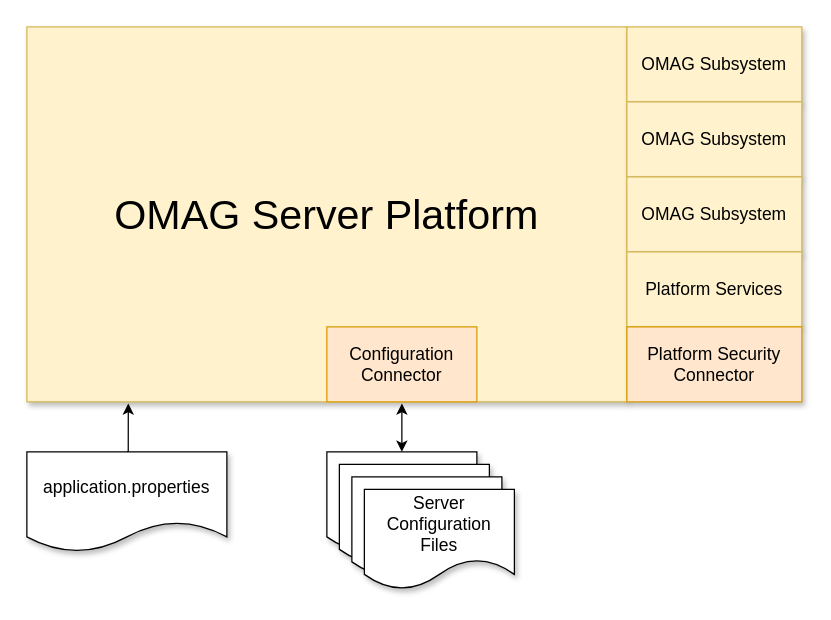
Before: page "configurability-of-platform" (14 of 27) of open-metadata-implementation/admin-services/docs/egeria-operations.drawio in odpi/egeria, a draw.io diagram. Source tidied: cells renumbered, new cells numbered last; positions are measured from the earlier drawing's top-left corner, leaving out a move shared by most shapes. Both pictures are drawn from the tidied source at 125%, with x=0, y=0 at pixel (26, 26).
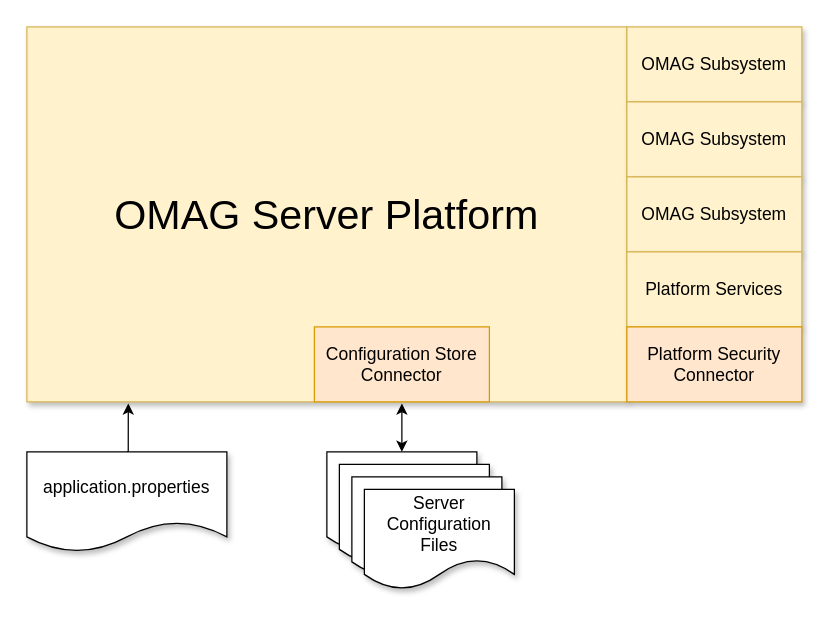
After the change.

The edit, as a diff of the source:
```diff
@@
 <mxGraphModel>
   <root>
     <mxCell id="0" />
     <mxCell id="1" parent="0" />
     <mxCell id="2" value="OMAG Server Platform" style="rounded=0;whiteSpace=wrap;html=1;shadow=1;fillColor=#fff2cc;fontSize=33;strokeColor=#d6b656;" parent="1" vertex="1">
       <mxGeometry width="480" height="300" as="geometry" />
     </mxCell>
     <mxCell id="3" style="edgeStyle=orthogonalEdgeStyle;rounded=0;jettySize=auto;html=1;exitX=0.5;exitY=0;exitDx=0;exitDy=0;entryX=0.169;entryY=1.004;entryDx=0;entryDy=0;entryPerimeter=0;fontSize=14;" parent="1" edge="1" source="4" target="2">
       <mxGeometry relative="1" as="geometry" />
     </mxCell>
     <mxCell id="4" value="application.properties" style="shape=document;whiteSpace=wrap;html=1;boundedLbl=1;shadow=1;fontSize=14;" parent="1" vertex="1">
       <mxGeometry y="340" width="160" height="80" as="geometry" />
     </mxCell>
     <mxCell id="5" style="edgeStyle=orthogonalEdgeStyle;rounded=0;jettySize=auto;html=1;exitX=0.5;exitY=0;exitDx=0;exitDy=0;entryX=0.625;entryY=1.004;entryDx=0;entryDy=0;entryPerimeter=0;fontSize=14;startArrow=classic;startFill=1;" parent="1" edge="1" source="6" target="2">
       <mxGeometry relative="1" as="geometry" />
     </mxCell>
     <mxCell id="6" style="shape=document;whiteSpace=wrap;html=1;boundedLbl=1;shadow=1;fontSize=14;" parent="1" vertex="1">
       <mxGeometry x="240" y="340" width="120" height="80" as="geometry" />
     </mxCell>
     <mxCell id="7" style="shape=document;whiteSpace=wrap;html=1;boundedLbl=1;shadow=1;fontSize=14;" parent="1" vertex="1">
       <mxGeometry x="250" y="350" width="120" height="80" as="geometry" />
     </mxCell>
     <mxCell id="8" style="shape=document;whiteSpace=wrap;html=1;boundedLbl=1;shadow=1;fontSize=14;" parent="1" vertex="1">
       <mxGeometry x="260" y="360" width="120" height="80" as="geometry" />
     </mxCell>
     <mxCell id="9" value="Server Configuration&lt;br&gt;Files" style="shape=document;whiteSpace=wrap;html=1;boundedLbl=1;shadow=1;fontSize=14;" parent="1" vertex="1">
       <mxGeometry x="270" y="370" width="120" height="80" as="geometry" />
     </mxCell>
-    <mxCell id="10" value="Configuration&lt;br&gt;Connector" style="rounded=0;whiteSpace=wrap;html=1;shadow=0;fillColor=#ffe6cc;fontSize=14;strokeColor=#d79b00;" parent="1" vertex="1">
-      <mxGeometry x="240" y="240" width="120" height="60" as="geometry" />
+    <mxCell id="10" value="Configuration Store&lt;br&gt;Connector" style="rounded=0;whiteSpace=wrap;html=1;shadow=0;fillColor=#ffe6cc;fontSize=14;strokeColor=#d79b00;" parent="1" vertex="1">
+      <mxGeometry x="230" y="240" width="140" height="60" as="geometry" />
     </mxCell>
     <mxCell id="11" value="OMAG Subsystem" style="rounded=0;whiteSpace=wrap;html=1;shadow=1;fillColor=#fff2cc;fontSize=14;strokeColor=#d6b656;" parent="1" vertex="1">
       <mxGeometry x="480" width="140" height="60" as="geometry" />
     </mxCell>
     <mxCell id="12" value="OMAG Subsystem" style="rounded=0;whiteSpace=wrap;html=1;shadow=1;fillColor=#fff2cc;fontSize=14;strokeColor=#d6b656;" parent="1" vertex="1">
       <mxGeometry x="480" y="60" width="140" height="60" as="geometry" />
     </mxCell>
     <mxCell id="13" value="OMAG Subsystem" style="rounded=0;whiteSpace=wrap;html=1;shadow=1;fillColor=#fff2cc;fontSize=14;strokeColor=#d6b656;" parent="1" vertex="1">
       <mxGeometry x="480" y="120" width="140" height="60" as="geometry" />
     </mxCell>
     <mxCell id="14" value="Platform Services" style="rounded=0;whiteSpace=wrap;html=1;shadow=1;fillColor=#fff2cc;fontSize=14;strokeColor=#d6b656;" parent="1" vertex="1">
       <mxGeometry x="480" y="180" width="140" height="60" as="geometry" />
     </mxCell>
     <mxCell id="15" value="Platform Security&lt;br&gt;Connector" style="rounded=0;whiteSpace=wrap;html=1;shadow=1;fillColor=#ffe6cc;fontSize=14;strokeColor=#d79b00;" parent="1" vertex="1">
       <mxGeometry x="480" y="240" width="140" height="60" as="geometry" />
     </mxCell>
   </root>
 </mxGraphModel>
```
